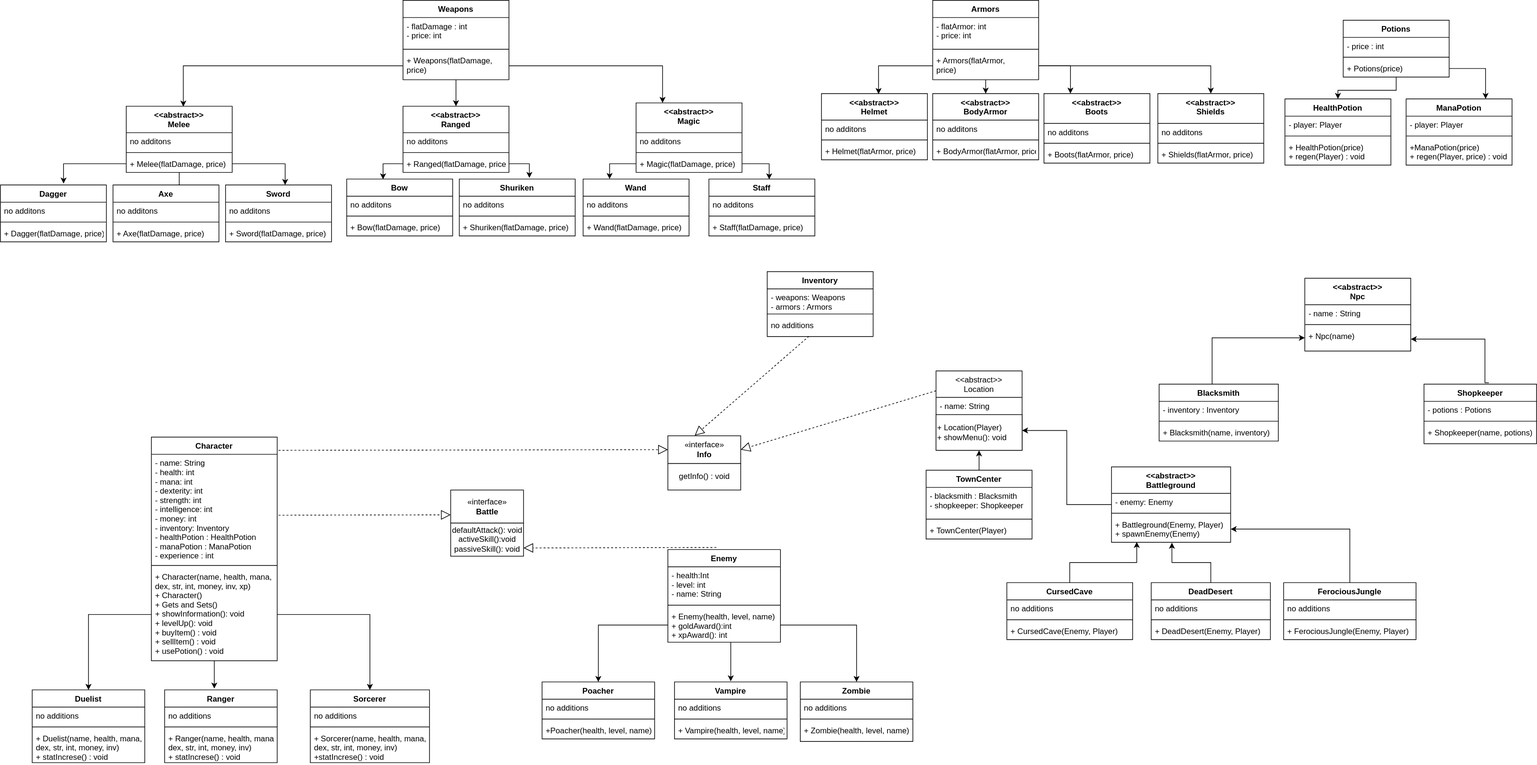
The draw.io diagram OOPrinciplesAG.drawio.svg in umutaan50/OOPrinciplesProjectAG, before a commit. Source tidied: cells renumbered, new cells last; positions are measured from the earlier drawing's top-left corner, leaving out a move shared by most shapes.
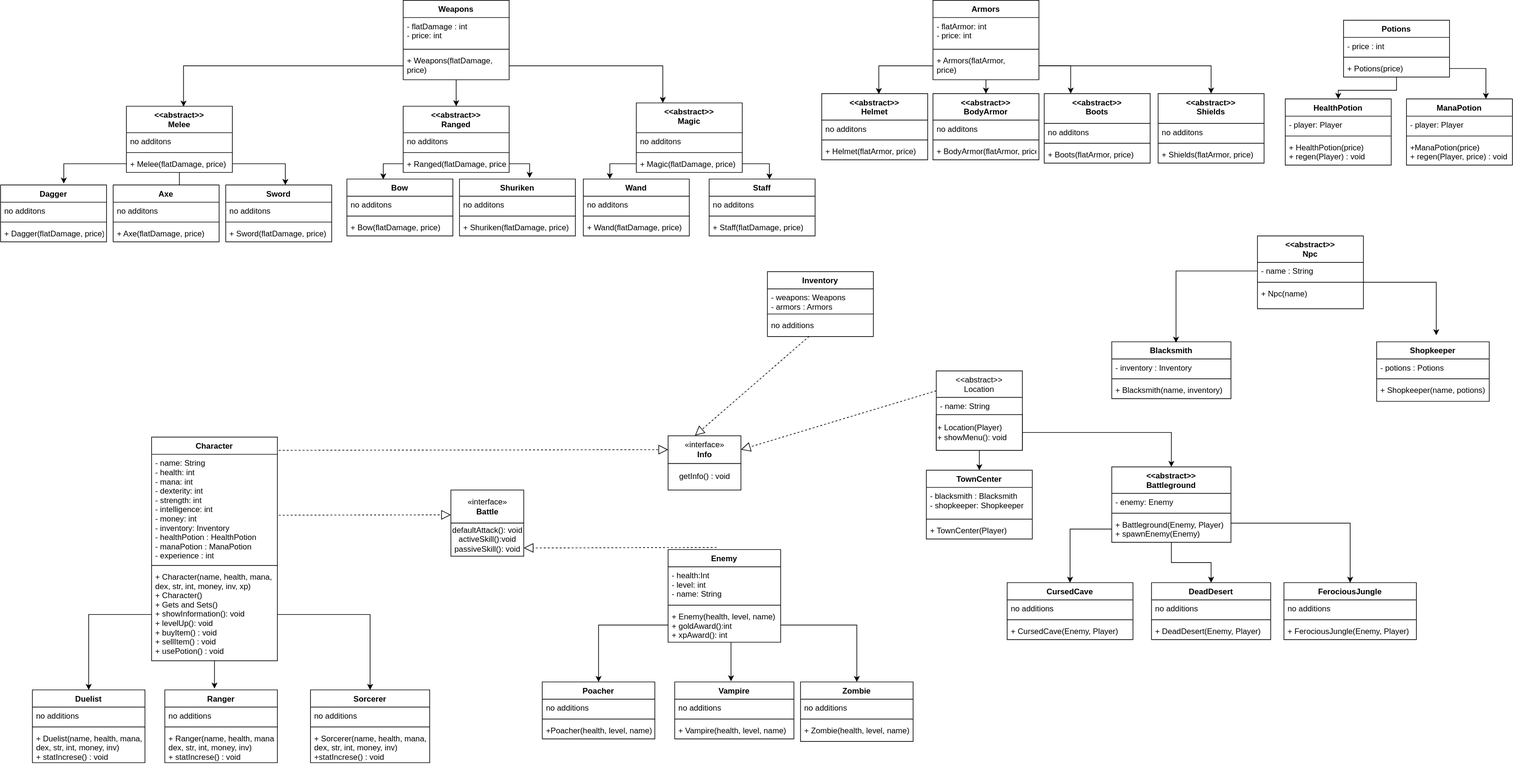
Above is the later version.

The edit, as a diff of the source:
```diff
@@ -28,9 +28,6 @@
     <mxCell id="9" value="+ Location(Player)&lt;br&gt;+ showMenu(): void&amp;nbsp;" style="rounded=0;whiteSpace=wrap;html=1;align=left;" parent="7" vertex="1">
       <mxGeometry y="66" width="130" height="54" as="geometry" />
     </mxCell>
-    <mxCell id="10" style="edgeStyle=orthogonalEdgeStyle;rounded=0;jettySize=auto;html=1;" parent="1" edge="1" source="11" target="7">
-      <mxGeometry relative="1" as="geometry" />
-    </mxCell>
     <mxCell id="11" value="TownCenter" style="swimlane;fontStyle=1;align=center;verticalAlign=top;horizontal=1;startSize=26;" parent="1" vertex="1">
       <mxGeometry x="1398" y="710" width="160" height="104" as="geometry" />
     </mxCell>
@@ -44,7 +41,7 @@
       <mxGeometry y="78" width="160" height="26" as="geometry" />
     </mxCell>
     <mxCell id="15" value="&lt;&lt;abstract&gt;&gt;&#10;Npc" style="swimlane;fontStyle=1;align=center;verticalAlign=top;horizontal=1;startSize=40;" parent="1" vertex="1">
-      <mxGeometry x="1970" y="420" width="160" height="110" as="geometry" />
+      <mxGeometry x="1898" y="356" width="160" height="110" as="geometry" />
     </mxCell>
     <mxCell id="16" value="- name : String" style="text;strokeColor=none;fillColor=none;align=left;verticalAlign=top;spacingLeft=4;spacingRight=4;overflow=hidden;points=[[0,0.5],[1,0.5]];portConstraint=eastwest;" parent="15" vertex="1">
       <mxGeometry y="40" width="160" height="26" as="geometry" />
@@ -55,15 +52,8 @@
     <mxCell id="18" value="+ Npc(name)" style="text;strokeColor=none;fillColor=none;align=left;verticalAlign=top;spacingLeft=4;spacingRight=4;overflow=hidden;points=[[0,0.5],[1,0.5]];portConstraint=eastwest;" parent="15" vertex="1">
       <mxGeometry y="74" width="160" height="36" as="geometry" />
     </mxCell>
-    <mxCell id="19" style="edgeStyle=orthogonalEdgeStyle;rounded=0;jettySize=auto;html=1;" parent="1" edge="1" source="20" target="15">
-      <mxGeometry relative="1" as="geometry">
-        <Array as="points">
-          <mxPoint x="1830" y="510" />
-        </Array>
-      </mxGeometry>
-    </mxCell>
     <mxCell id="20" value="Blacksmith" style="swimlane;fontStyle=1;align=center;verticalAlign=top;horizontal=1;startSize=26;" parent="1" vertex="1">
-      <mxGeometry x="1750" y="580" width="180" height="86" as="geometry" />
+      <mxGeometry x="1678" y="516" width="180" height="86" as="geometry" />
     </mxCell>
     <mxCell id="21" value="- inventory : Inventory" style="text;strokeColor=none;fillColor=none;align=left;verticalAlign=top;spacingLeft=4;spacingRight=4;overflow=hidden;" parent="20" vertex="1">
       <mxGeometry y="26" width="180" height="26" as="geometry" />
@@ -75,7 +65,7 @@
       <mxGeometry y="60" width="180" height="26" as="geometry" />
     </mxCell>
     <mxCell id="24" value="Shopkeeper" style="swimlane;fontStyle=1;align=center;verticalAlign=top;horizontal=1;startSize=26;" parent="1" vertex="1">
-      <mxGeometry x="2150" y="580" width="170" height="90" as="geometry" />
+      <mxGeometry x="2078" y="516" width="170" height="90" as="geometry" />
     </mxCell>
     <mxCell id="25" value="- potions : Potions" style="text;strokeColor=none;fillColor=none;align=left;verticalAlign=top;spacingLeft=4;spacingRight=4;overflow=hidden;" parent="24" vertex="1">
       <mxGeometry y="26" width="170" height="26" as="geometry" />
@@ -86,9 +76,16 @@
     <mxCell id="27" value="+ Shopkeeper(name, potions)" style="text;strokeColor=none;fillColor=none;align=left;verticalAlign=top;spacingLeft=4;spacingRight=4;overflow=hidden;" parent="24" vertex="1">
       <mxGeometry y="60" width="170" height="30" as="geometry" />
     </mxCell>
-    <mxCell id="28" style="edgeStyle=orthogonalEdgeStyle;rounded=0;jettySize=auto;html=1;entryX=1;entryY=0.75;entryDx=0;entryDy=0;" parent="1" edge="1" source="29" target="7">
-      <mxGeometry relative="1" as="geometry" />
-    </mxCell>
+    <mxCell id="187" style="edgeStyle=orthogonalEdgeStyle;rounded=0;jettySize=auto;html=1;" parent="1" edge="1" source="29" target="41">
+      <mxGeometry relative="1" as="geometry" />
+    </mxCell>
+    <mxCell id="188" style="edgeStyle=orthogonalEdgeStyle;rounded=0;jettySize=auto;html=1;" parent="1" edge="1" source="29" target="46">
+      <mxGeometry relative="1" as="geometry">
+        <Array as="points">
+          <mxPoint x="2038" y="790" />
+        </Array>
+      </mxGeometry>
+    </mxCell>
     <mxCell id="29" value="&lt;&lt;abstract&gt;&gt;&#10;Battleground" style="swimlane;fontStyle=1;align=center;verticalAlign=top;horizontal=1;startSize=40;" parent="1" vertex="1">
       <mxGeometry x="1678" y="705" width="180" height="114" as="geometry" />
     </mxCell>
@@ -107,9 +104,6 @@
     <mxCell id="34" value="getInfo() : void" style="html=1;" parent="1" vertex="1">
       <mxGeometry x="1008" y="700" width="110" height="40" as="geometry" />
     </mxCell>
-    <mxCell id="35" style="edgeStyle=orthogonalEdgeStyle;rounded=0;jettySize=auto;html=1;entryX=0.212;entryY=0.985;entryDx=0;entryDy=0;entryPerimeter=0;" parent="1" edge="1" source="36" target="32">
-      <mxGeometry relative="1" as="geometry" />
-    </mxCell>
     <mxCell id="36" value="CursedCave" style="swimlane;fontStyle=1;align=center;verticalAlign=top;horizontal=1;startSize=26;" parent="1" vertex="1">
       <mxGeometry x="1520" y="880" width="190" height="86" as="geometry" />
     </mxCell>
@@ -122,9 +116,6 @@
     <mxCell id="39" value="+ CursedCave(Enemy, Player)" style="text;strokeColor=none;fillColor=none;align=left;verticalAlign=top;spacingLeft=4;spacingRight=4;overflow=hidden;" parent="36" vertex="1">
       <mxGeometry y="60" width="190" height="26" as="geometry" />
     </mxCell>
-    <mxCell id="40" style="edgeStyle=orthogonalEdgeStyle;rounded=0;jettySize=auto;html=1;entryX=0.507;entryY=1.015;entryDx=0;entryDy=0;entryPerimeter=0;" parent="1" edge="1" source="41" target="32">
-      <mxGeometry relative="1" as="geometry" />
-    </mxCell>
     <mxCell id="41" value="DeadDesert" style="swimlane;fontStyle=1;align=center;verticalAlign=top;horizontal=1;startSize=26;" parent="1" vertex="1">
       <mxGeometry x="1738" y="880" width="180" height="86" as="geometry" />
     </mxCell>
@@ -137,9 +128,6 @@
     <mxCell id="44" value="+ DeadDesert(Enemy, Player)" style="text;strokeColor=none;fillColor=none;align=left;verticalAlign=top;spacingLeft=4;spacingRight=4;overflow=hidden;" parent="41" vertex="1">
       <mxGeometry y="60" width="180" height="26" as="geometry" />
     </mxCell>
-    <mxCell id="45" style="edgeStyle=orthogonalEdgeStyle;rounded=0;jettySize=auto;html=1;entryX=1;entryY=0.5;entryDx=0;entryDy=0;" parent="1" edge="1" source="46" target="32">
-      <mxGeometry relative="1" as="geometry" />
-    </mxCell>
     <mxCell id="46" value="FerociousJungle" style="swimlane;fontStyle=1;align=center;verticalAlign=top;horizontal=1;startSize=26;" parent="1" vertex="1">
       <mxGeometry x="1938" y="880" width="200" height="86" as="geometry" />
     </mxCell>
@@ -194,16 +182,16 @@
       <mxGeometry y="60" width="170" height="26" as="geometry" />
     </mxCell>
     <mxCell id="62" value="Vampire" style="swimlane;fontStyle=1;align=center;verticalAlign=top;horizontal=1;startSize=26;" parent="1" vertex="1">
-      <mxGeometry x="1018" y="1030" width="170" height="86" as="geometry" />
+      <mxGeometry x="1018" y="1030" width="180" height="86" as="geometry" />
     </mxCell>
     <mxCell id="63" value="no additions" style="text;strokeColor=none;fillColor=none;align=left;verticalAlign=top;spacingLeft=4;spacingRight=4;overflow=hidden;" parent="62" vertex="1">
-      <mxGeometry y="26" width="170" height="26" as="geometry" />
+      <mxGeometry y="26" width="180" height="26" as="geometry" />
     </mxCell>
     <mxCell id="64" style="line;strokeWidth=1;fillColor=none;align=left;verticalAlign=middle;spacingTop=-1;spacingLeft=3;spacingRight=3;labelPosition=right;" parent="62" vertex="1">
-      <mxGeometry y="52" width="170" height="8" as="geometry" />
+      <mxGeometry y="52" width="180" height="8" as="geometry" />
     </mxCell>
     <mxCell id="65" value="+ Vampire(health, level, name)" style="text;strokeColor=none;fillColor=none;align=left;verticalAlign=top;spacingLeft=4;spacingRight=4;overflow=hidden;" parent="62" vertex="1">
-      <mxGeometry y="60" width="170" height="26" as="geometry" />
+      <mxGeometry y="60" width="180" height="26" as="geometry" />
     </mxCell>
     <mxCell id="66" value="Zombie" style="swimlane;fontStyle=1;align=center;verticalAlign=top;horizontal=1;startSize=26;" parent="1" vertex="1">
       <mxGeometry x="1208" y="1030" width="170" height="90" as="geometry" />
@@ -571,12 +559,22 @@
     <mxCell id="185" style="endArrow=block;dashed=1;endFill=0;endSize=12;html=1;rounded=0;exitX=0;exitY=0.25;exitDx=0;exitDy=0;entryX=1;entryY=0.5;entryDx=0;entryDy=0;" parent="1" edge="1" source="7" target="33">
       <mxGeometry relative="1" as="geometry" />
     </mxCell>
-    <mxCell id="186" style="edgeStyle=orthogonalEdgeStyle;rounded=0;jettySize=auto;html=1;entryX=1;entryY=0.5;entryDx=0;entryDy=0;exitX=0.576;exitY=-0.024;exitDx=0;exitDy=0;exitPerimeter=0;" parent="1" edge="1" source="24" target="18">
-      <mxGeometry relative="1" as="geometry">
-        <Array as="points">
-          <mxPoint x="2242" y="512" />
-        </Array>
-      </mxGeometry>
-    </mxCell>
+    <mxCell id="189" style="edgeStyle=orthogonalEdgeStyle;rounded=0;jettySize=auto;html=1;entryX=0.5;entryY=0;entryDx=0;entryDy=0;" parent="1" edge="1" source="9" target="11">
+      <mxGeometry relative="1" as="geometry" />
+    </mxCell>
+    <mxCell id="190" style="edgeStyle=orthogonalEdgeStyle;rounded=0;jettySize=auto;html=1;" parent="1" edge="1" source="32" target="36">
+      <mxGeometry relative="1" as="geometry" />
+    </mxCell>
+    <mxCell id="191" style="edgeStyle=orthogonalEdgeStyle;rounded=0;jettySize=auto;html=1;entryX=0.539;entryY=0.015;entryDx=0;entryDy=0;entryPerimeter=0;" parent="1" edge="1" source="16" target="20">
+      <mxGeometry relative="1" as="geometry" />
+    </mxCell>
+    <mxCell id="192" style="edgeStyle=orthogonalEdgeStyle;rounded=0;jettySize=auto;html=1;" parent="1" edge="1" source="17">
+      <mxGeometry relative="1" as="geometry">
+        <mxPoint x="2168" y="506" as="targetPoint" />
+      </mxGeometry>
+    </mxCell>
+    <mxCell id="193" style="edgeStyle=orthogonalEdgeStyle;rounded=0;jettySize=auto;html=1;" parent="1" edge="1" source="9" target="29">
+      <mxGeometry relative="1" as="geometry" />
+    </mxCell>
   </root>
 </mxGraphModel>
```
